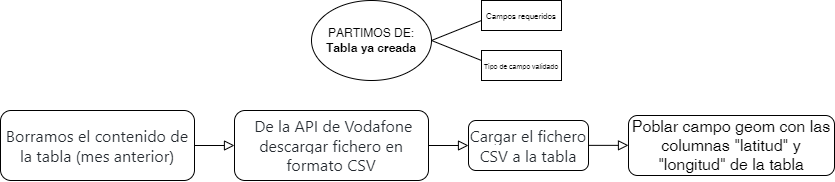
Earlier version of the draw.io export images/schema.png (aragonopendata/script-cobertura-internet). Source tidied: cells renumbered, new cells last; positions are measured from the earlier drawing's top-left corner, leaving out a move shared by most shapes.
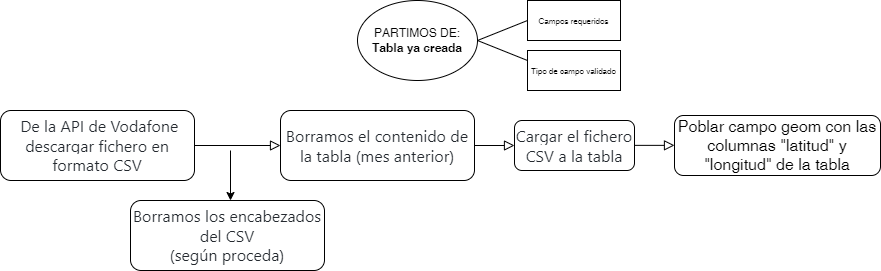
After the commit.

Commit message:
Imagen actualizada según cambio en el flujo

What changed in the source:
```diff
@@ -2,11 +2,13 @@
   <root>
     <mxCell id="0" />
     <mxCell id="1" parent="0" />
-    <mxCell id="2" style="rounded=0;html=1;jettySize=auto;fontSize=11;endArrow=block;endFill=0;endSize=8;strokeWidth=1;shadow=0;labelBackgroundColor=none;edgeStyle=orthogonalEdgeStyle;" parent="1" edge="1" source="3" target="4">
-      <mxGeometry relative="1" as="geometry" />
+    <mxCell id="2" style="rounded=0;html=1;jettySize=auto;fontSize=11;endArrow=block;endFill=0;endSize=8;strokeWidth=1;shadow=0;labelBackgroundColor=none;edgeStyle=orthogonalEdgeStyle;" parent="1" edge="1" source="3">
+      <mxGeometry relative="1" as="geometry">
+        <mxPoint x="234" y="145" as="targetPoint" />
+      </mxGeometry>
     </mxCell>
     <mxCell id="3" value="&lt;span style=&quot;color: rgb(36, 41, 47); font-family: -apple-system, BlinkMacSystemFont, &amp;quot;Segoe UI&amp;quot;, Helvetica, Arial, sans-serif, &amp;quot;Apple Color Emoji&amp;quot;, &amp;quot;Segoe UI Emoji&amp;quot;; font-size: 16px; text-align: start; background-color: rgb(255, 255, 255);&quot;&gt;&amp;nbsp;De la API de Vodafone descargar fichero en formato CSV&lt;/span&gt;" style="rounded=1;whiteSpace=wrap;html=1;fontSize=12;glass=0;strokeWidth=1;shadow=0;" parent="1" vertex="1">
-      <mxGeometry x="234" y="110" width="194" height="70" as="geometry" />
+      <mxGeometry x="-46" y="110" width="194" height="70" as="geometry" />
     </mxCell>
     <mxCell id="4" value="&lt;span style=&quot;color: rgb(36, 41, 47); font-family: -apple-system, BlinkMacSystemFont, &amp;quot;Segoe UI&amp;quot;, Helvetica, Arial, sans-serif, &amp;quot;Apple Color Emoji&amp;quot;, &amp;quot;Segoe UI Emoji&amp;quot;; font-size: 16px; text-align: start; background-color: rgb(255, 255, 255);&quot;&gt;Cargar el fichero CSV a la tabla&lt;/span&gt;" style="rounded=1;whiteSpace=wrap;html=1;fontSize=12;glass=0;strokeWidth=1;shadow=0;" parent="1" vertex="1">
       <mxGeometry x="468" y="120" width="120" height="50" as="geometry" />
@@ -30,10 +32,10 @@
       </mxGeometry>
     </mxCell>
     <mxCell id="9" value="&lt;font style=&quot;font-size: 8px;&quot;&gt;Campos requeridos&lt;/font&gt;" style="rounded=0;whiteSpace=wrap;html=1;" parent="1" vertex="1">
-      <mxGeometry x="481" width="80" height="30" as="geometry" />
+      <mxGeometry x="481" width="93" height="40" as="geometry" />
     </mxCell>
-    <mxCell id="10" value="&lt;font style=&quot;font-size: 7px;&quot;&gt;Tipo de campo validado&lt;/font&gt;" style="rounded=0;whiteSpace=wrap;html=1;" parent="1" vertex="1">
-      <mxGeometry x="481" y="50" width="80" height="30" as="geometry" />
+    <mxCell id="10" value="&lt;font style=&quot;font-size: 8px;&quot;&gt;Tipo de campo validado&lt;/font&gt;" style="rounded=0;whiteSpace=wrap;html=1;" parent="1" vertex="1">
+      <mxGeometry x="481" y="50" width="93" height="40" as="geometry" />
     </mxCell>
     <mxCell id="11" style="rounded=0;html=1;jettySize=auto;orthogonalLoop=1;fontSize=11;endArrow=block;endFill=0;endSize=8;strokeWidth=1;shadow=0;labelBackgroundColor=none;edgeStyle=orthogonalEdgeStyle;" parent="1" edge="1">
       <mxGeometry relative="1" as="geometry">
@@ -41,13 +43,24 @@
         <mxPoint x="628" y="144.9" as="targetPoint" />
       </mxGeometry>
     </mxCell>
-    <mxCell id="12" style="rounded=0;html=1;jettySize=auto;fontSize=11;endArrow=block;endFill=0;endSize=8;strokeWidth=1;shadow=0;labelBackgroundColor=none;edgeStyle=orthogonalEdgeStyle;" parent="1" edge="1" source="13">
-      <mxGeometry relative="1" as="geometry">
-        <mxPoint x="234" y="145" as="targetPoint" />
-      </mxGeometry>
-    </mxCell>
+    <mxCell id="14" style="rounded=0;html=1;jettySize=auto;fontSize=11;endArrow=block;endFill=0;endSize=8;strokeWidth=1;shadow=0;labelBackgroundColor=none;edgeStyle=orthogonalEdgeStyle;" parent="1" edge="1" source="13">
+      <mxGeometry relative="1" as="geometry">
+        <mxPoint x="468" y="145" as="targetPoint" />
+      </mxGeometry>
+    </mxCell>
     <mxCell id="13" value="&lt;span style=&quot;color: rgb(36, 41, 47); font-family: -apple-system, BlinkMacSystemFont, &amp;quot;Segoe UI&amp;quot;, Helvetica, Arial, sans-serif, &amp;quot;Apple Color Emoji&amp;quot;, &amp;quot;Segoe UI Emoji&amp;quot;; font-size: 16px; text-align: start; background-color: rgb(255, 255, 255);&quot;&gt;Borramos el contenido de la tabla (mes anterior)&lt;/span&gt;" style="rounded=1;whiteSpace=wrap;html=1;fontSize=12;glass=0;strokeWidth=1;shadow=0;" parent="1" vertex="1">
-      <mxGeometry y="110" width="194" height="70" as="geometry" />
+      <mxGeometry x="234" y="110" width="194" height="70" as="geometry" />
     </mxCell>
+    <mxCell id="15" value="&lt;div style=&quot;&quot;&gt;&lt;font face=&quot;-apple-system, BlinkMacSystemFont, Segoe UI, Helvetica, Arial, sans-serif, Apple Color Emoji, Segoe UI Emoji&quot; color=&quot;#24292f&quot;&gt;&lt;span style=&quot;font-size: 16px; background-color: rgb(255, 255, 255);&quot;&gt;Borramos los encabezados del CSV&lt;/span&gt;&lt;/font&gt;&lt;/div&gt;&lt;div style=&quot;&quot;&gt;&lt;font face=&quot;-apple-system, BlinkMacSystemFont, Segoe UI, Helvetica, Arial, sans-serif, Apple Color Emoji, Segoe UI Emoji&quot; color=&quot;#24292f&quot;&gt;&lt;span style=&quot;font-size: 16px; background-color: rgb(255, 255, 255);&quot;&gt;(según proceda)&lt;/span&gt;&lt;/font&gt;&lt;/div&gt;" style="rounded=1;whiteSpace=wrap;html=1;fontSize=12;glass=0;strokeWidth=1;shadow=0;align=center;" parent="1" vertex="1">
+      <mxGeometry x="84" y="200" width="194" height="70" as="geometry" />
+    </mxCell>
+    <mxCell id="16" style="endArrow=classic;html=1;rounded=0;fontSize=8;" parent="1" edge="1" target="15">
+      <mxGeometry relative="1" as="geometry">
+        <mxPoint x="184" y="150" as="sourcePoint" />
+        <Array as="points">
+          <mxPoint x="184" y="200" />
+        </Array>
+      </mxGeometry>
+    </mxCell>
   </root>
 </mxGraphModel>
```
